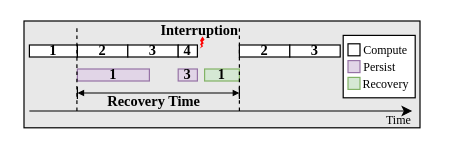
Before: fig/recovery_mot.drawio in icszhr/NCheck, a draw.io diagram. Source tidied: cells renumbered, new cells numbered last; positions are measured from the earlier drawing's top-left corner, leaving out a move shared by most shapes. Both pictures are drawn from the tidied source at 120%, with x=0, y=0 at pixel (24, 20).
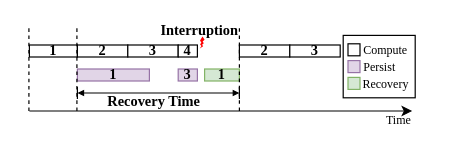
Above is the later version.

Diff of the diagram source:
```diff
@@
-    <mxCell id="2" style="rounded=0;whiteSpace=wrap;html=1;fontFamily=Times New Roman;fillColor=#E8E8E8;fontStyle=1;" parent="1" vertex="1">
-      <mxGeometry x="-0.5" width="330" height="89" as="geometry" />
-    </mxCell>
@@
+    <mxCell id="29" style="endArrow=none;html=1;rounded=0;dashed=1;" parent="1" edge="1">
+      <mxGeometry relative="1" as="geometry">
+        <mxPoint x="3.6" y="75.1" as="sourcePoint" />
+        <mxPoint x="3.6" y="4.9" as="targetPoint" />
+      </mxGeometry>
+    </mxCell>
```
